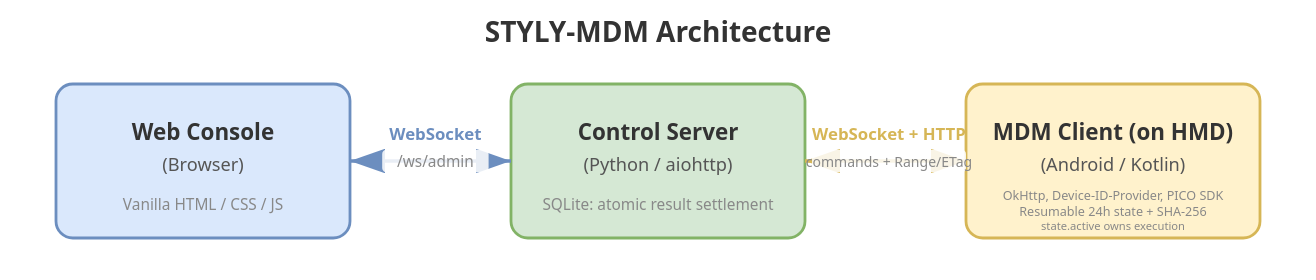
Above: docs/architecture.drawio.svg in styly-dev/STYLY-MDM (draw.io), before the change. Source tidied: cells renumbered, new cells last; positions are measured from the earlier drawing's top-left corner, leaving out a move shared by most shapes.
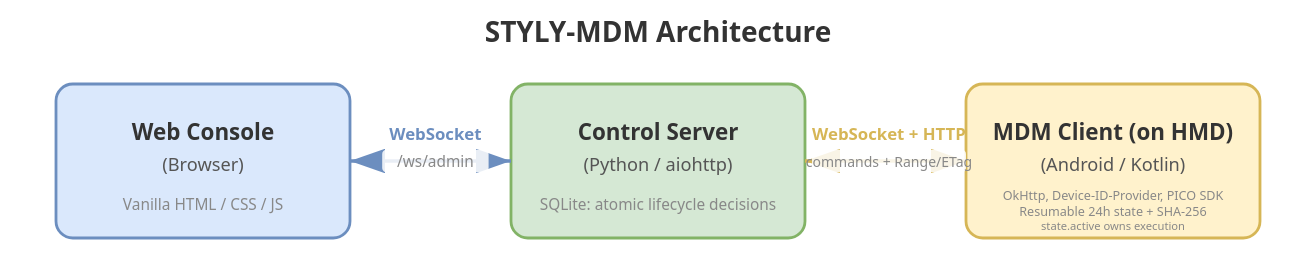
Above is the later version.

Diff of the diagram source:
```diff
@@ -17,7 +17,7 @@
     <mxCell id="6" value="&lt;b&gt;Control Server&lt;/b&gt;&lt;br&gt;(Python / aiohttp)" style="text;html=1;align=center;verticalAlign=middle;" parent="1" vertex="1">
       <mxGeometry x="365" y="85" width="130" height="50" as="geometry" />
     </mxCell>
-    <mxCell id="7" value="SQLite: atomic result settlement" style="text;html=1;align=center;verticalAlign=middle;fontColor=#666666;fontSize=10;" parent="1" vertex="1">
+    <mxCell id="7" value="SQLite: atomic lifecycle decisions" style="text;html=1;align=center;verticalAlign=middle;fontColor=#666666;fontSize=10;" parent="1" vertex="1">
       <mxGeometry x="350" y="135" width="160" height="20" as="geometry" />
     </mxCell>
     <mxCell id="8" style="rounded=1;whiteSpace=wrap;html=1;fillColor=#fff2cc;strokeColor=#d6b656;arcSize=10;" parent="1" vertex="1">
@@ -26,7 +26,7 @@
     <mxCell id="9" value="&lt;b&gt;MDM Client (on HMD)&lt;/b&gt;&lt;br&gt;(Android / Kotlin)" style="text;html=1;align=center;verticalAlign=middle;" parent="1" vertex="1">
       <mxGeometry x="700" y="85" width="120" height="50" as="geometry" />
     </mxCell>
-    <mxCell id="10" value="OkHttp, Device-ID-Provider, PICO SDK; resumable 24h SHA-256 state; state.active owns execution" style="text;html=1;align=center;verticalAlign=middle;fontColor=#666666;fontSize=10;" parent="1" vertex="1">
+    <mxCell id="10" value="OkHttp, PICO SDK; resumable SHA-256; single owner + durable apply gate" style="text;html=1;align=center;verticalAlign=middle;fontColor=#666666;fontSize=10;" parent="1" vertex="1">
       <mxGeometry x="665" y="135" width="190" height="20" as="geometry" />
     </mxCell>
     <mxCell id="11" style="edgeStyle=orthogonalEdgeStyle;rounded=0;jettySize=auto;containsPoints=1;endArrow=block;endFill=1;startArrow=block;startFill=1;strokeWidth=2;strokeColor=#6c8ebf;" parent="1" edge="1" source="2" target="5">
```
